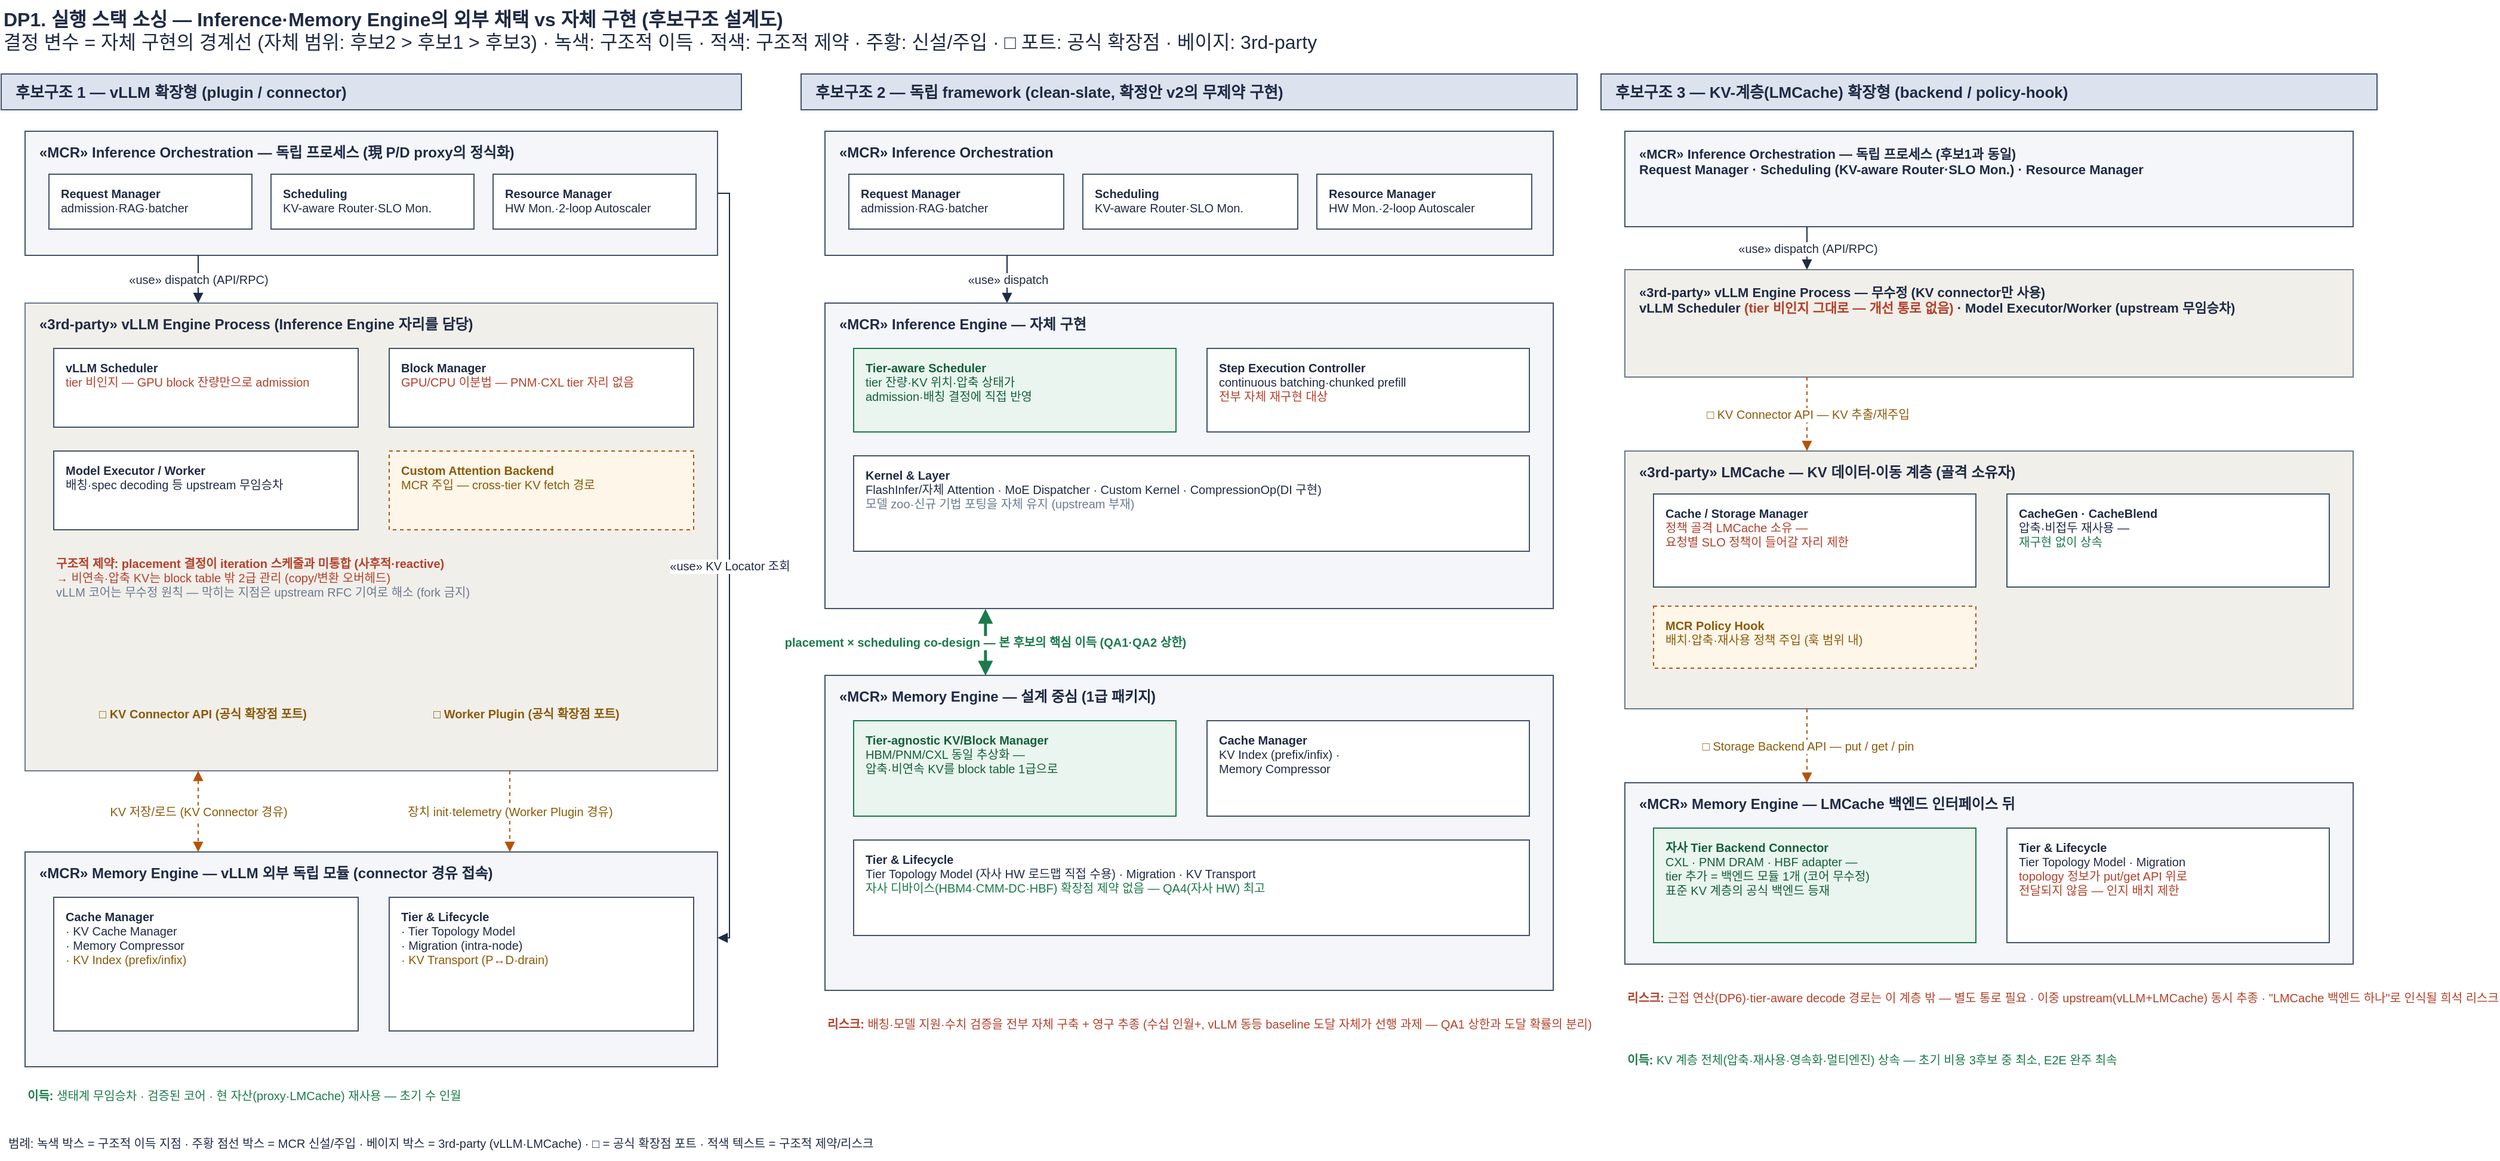
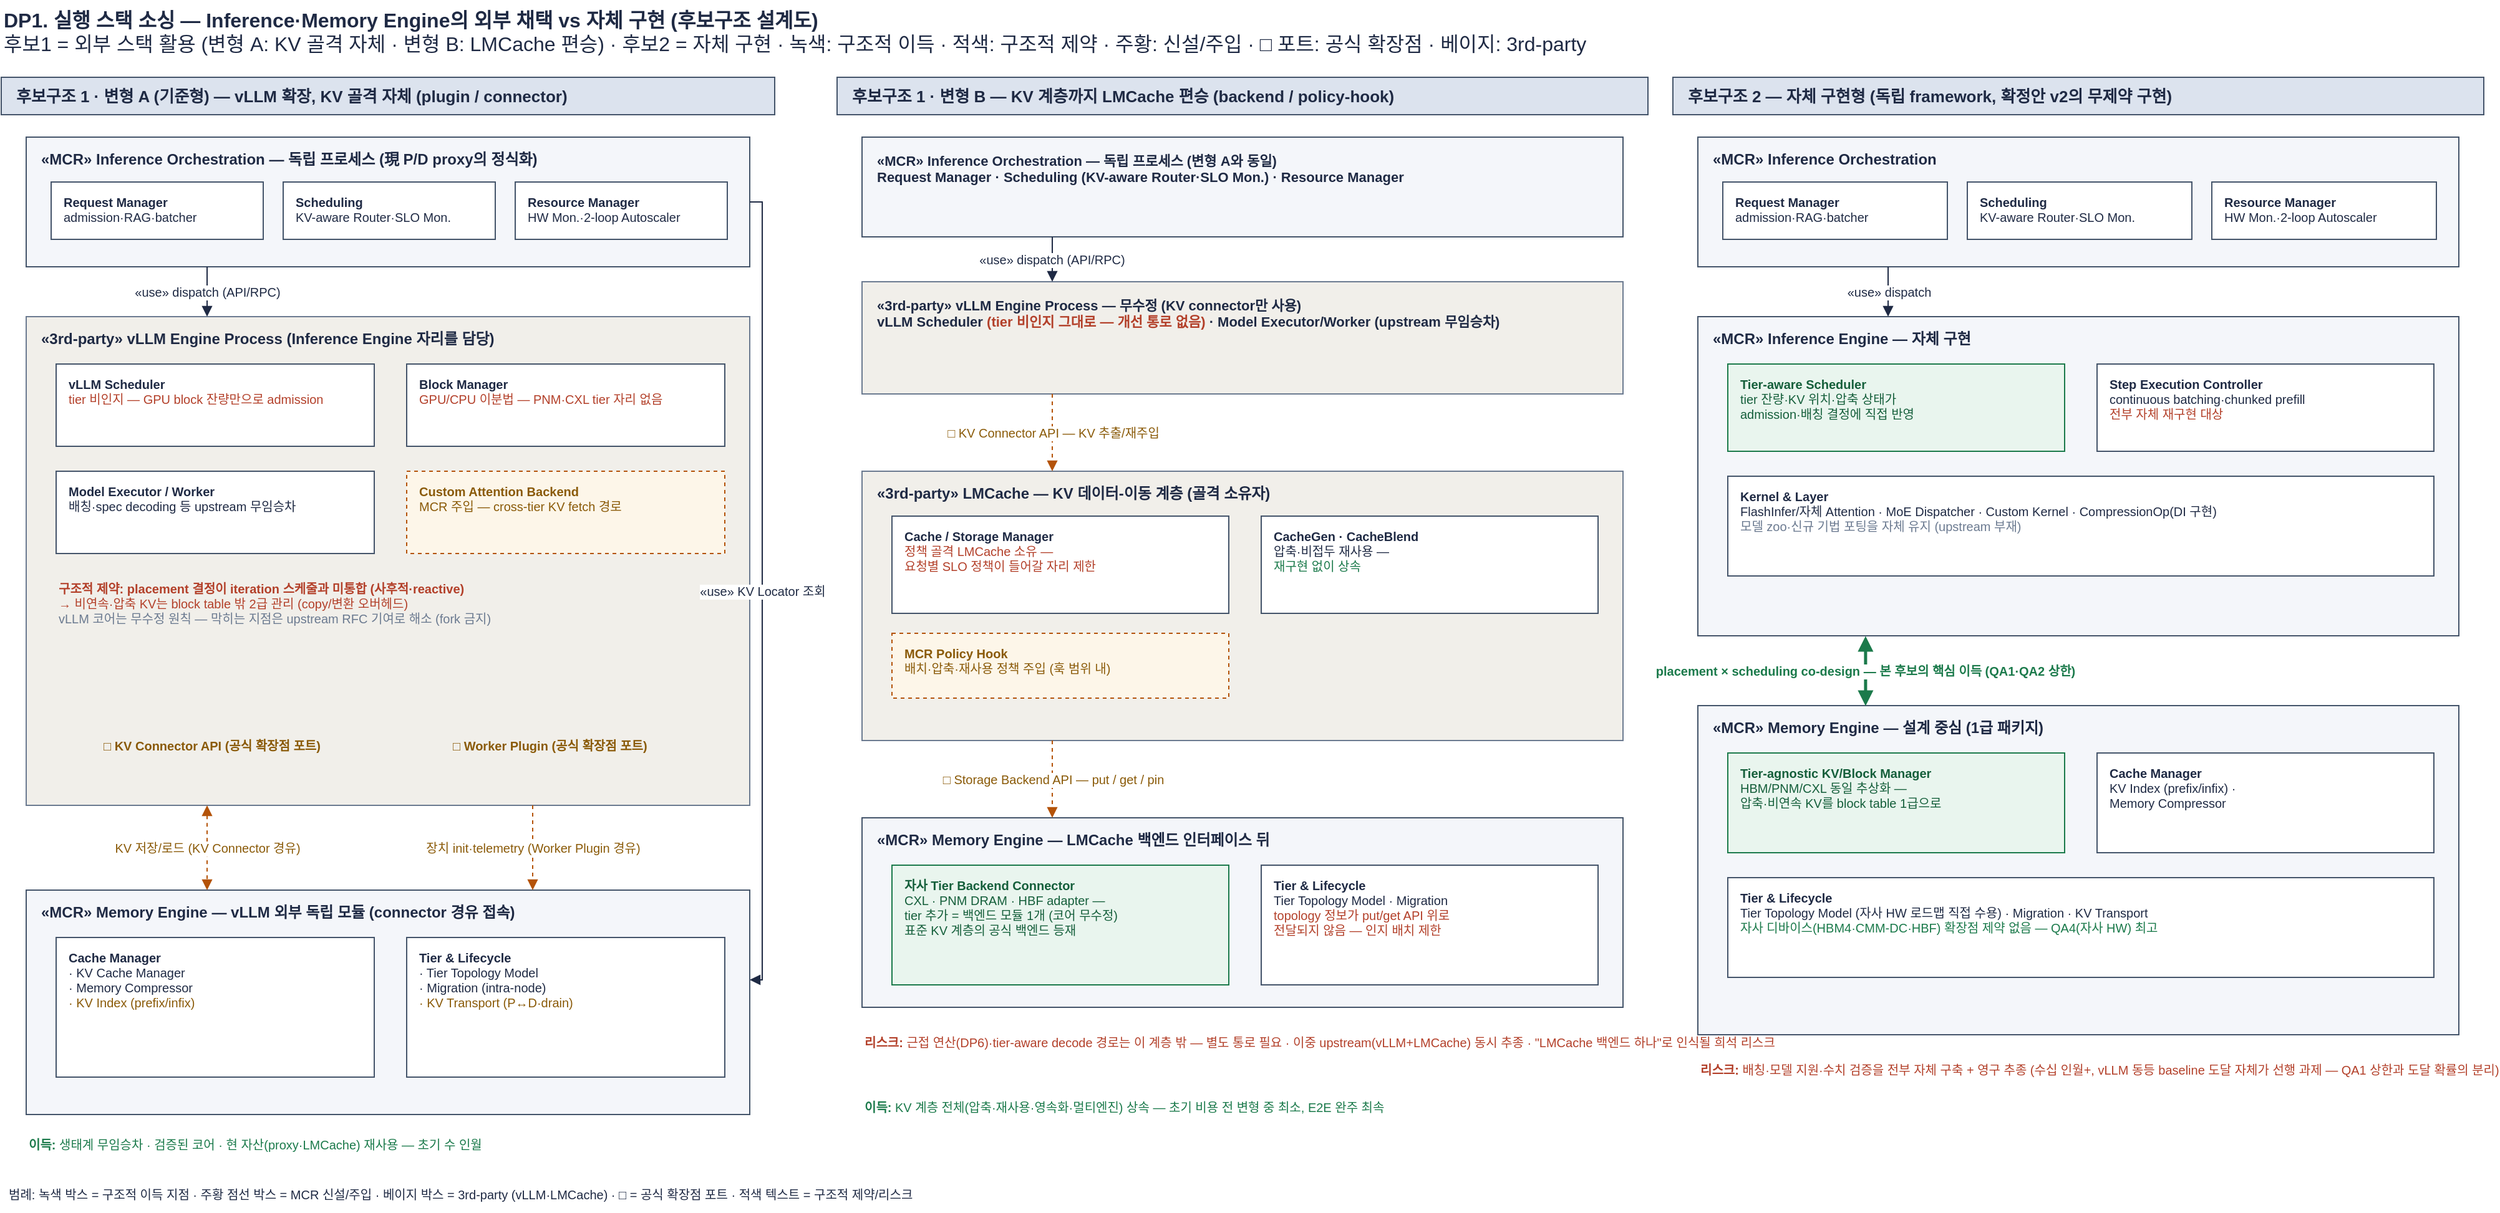
<mxfile host="app.diagrams.net">
  <diagram id="dp1-candidates" name="DP1 후보구조 설계도">
    <mxGraphModel dx="1200" dy="700" grid="1" gridSize="10" guides="1" tooltips="1" connect="1" arrows="1" fold="1" page="1" pageScale="1" pageWidth="2080" pageHeight="1010" math="0" shadow="0">
      <root>
        <mxCell id="0"/>
        <mxCell id="1" parent="0"/>
-         <mxCell id="title" value="&lt;b&gt;DP1. 실행 스택 소싱 — Inference·Memory Engine의 외부 채택 vs 자체 구현 (후보구조 설계도)&lt;/b&gt;&lt;br&gt;결정 변수 = 자체 구현의 경계선 (자체 범위: 후보2 &amp;gt; 후보1 &amp;gt; 후보3) · 녹색: 구조적 이득 · 적색: 구조적 제약 · 주황: 신설/주입 · □ 포트: 공식 확장점 · 베이지: 3rd-party" style="text;html=1;strokeColor=none;fillColor=none;align=left;verticalAlign=top;fontColor=#1F2A44;fontSize=16;" vertex="1" parent="1">
+         <mxCell id="title" value="&lt;b&gt;DP1. 실행 스택 소싱 — Inference·Memory Engine의 외부 채택 vs 자체 구현 (후보구조 설계도)&lt;/b&gt;&lt;br&gt;후보1 = 외부 스택 활용 (변형 A: KV 골격 자체 · 변형 B: LMCache 편승) · 후보2 = 자체 구현 · 녹색: 구조적 이득 · 적색: 구조적 제약 · 주황: 신설/주입 · □ 포트: 공식 확장점 · 베이지: 3rd-party" style="text;html=1;strokeColor=none;fillColor=none;align=left;verticalAlign=top;fontColor=#1F2A44;fontSize=16;" vertex="1" parent="1">
          <mxGeometry x="40" y="14" width="1000" height="50" as="geometry"/>
        </mxCell>

-         <mxCell id="h1" value="후보구조 1 — vLLM 확장형 (plugin / connector)" style="rounded=0;whiteSpace=wrap;html=1;fillColor=#DCE3EE;strokeColor=#44546A;fontColor=#1F2A44;fontSize=13;fontStyle=1;align=left;spacingLeft=10;" vertex="1" parent="1">
+         <mxCell id="h1" value="후보구조 1 · 변형 A (기준형) — vLLM 확장, KV 골격 자체 (plugin / connector)" style="rounded=0;whiteSpace=wrap;html=1;fillColor=#DCE3EE;strokeColor=#44546A;fontColor=#1F2A44;fontSize=13;fontStyle=1;align=left;spacingLeft=10;" vertex="1" parent="1">
          <mxGeometry x="40" y="76" width="620" height="30" as="geometry"/>
        </mxCell>
        <mxCell id="c1orch" value="«MCR» Inference Orchestration — 독립 프로세스 (現 P/D proxy의 정식화)" style="rounded=0;whiteSpace=wrap;html=1;fillColor=#F4F6FA;strokeColor=#44546A;fontColor=#1F2A44;fontSize=12;fontStyle=1;verticalAlign=top;align=left;spacingLeft=10;spacingTop=4;" vertex="1" parent="1">
          <mxGeometry x="60" y="124" width="580" height="104" as="geometry"/>
        </mxCell>
        <mxCell id="c1rm" value="&lt;b&gt;Request Manager&lt;/b&gt;&lt;br&gt;admission·RAG·batcher" style="rounded=0;whiteSpace=wrap;html=1;fillColor=#FFFFFF;strokeColor=#44546A;fontColor=#1F2A44;fontSize=10;align=left;verticalAlign=top;spacingLeft=8;spacingTop=4;" vertex="1" parent="1">
          <mxGeometry x="80" y="160" width="170" height="46" as="geometry"/>
        </mxCell>
        <mxCell id="c1sch" value="&lt;b&gt;Scheduling&lt;/b&gt;&lt;br&gt;KV-aware Router·SLO Mon." style="rounded=0;whiteSpace=wrap;html=1;fillColor=#FFFFFF;strokeColor=#44546A;fontColor=#1F2A44;fontSize=10;align=left;verticalAlign=top;spacingLeft=8;spacingTop=4;" vertex="1" parent="1">
          <mxGeometry x="266" y="160" width="170" height="46" as="geometry"/>
        </mxCell>
        <mxCell id="c1res" value="&lt;b&gt;Resource Manager&lt;/b&gt;&lt;br&gt;HW Mon.·2-loop Autoscaler" style="rounded=0;whiteSpace=wrap;html=1;fillColor=#FFFFFF;strokeColor=#44546A;fontColor=#1F2A44;fontSize=10;align=left;verticalAlign=top;spacingLeft=8;spacingTop=4;" vertex="1" parent="1">
          <mxGeometry x="452" y="160" width="170" height="46" as="geometry"/>
        </mxCell>
        <mxCell id="c1vllm" value="«3rd-party» vLLM Engine Process  (Inference Engine 자리를 담당)" style="rounded=0;whiteSpace=wrap;html=1;fillColor=#F1EFEA;strokeColor=#6B7A90;fontColor=#1F2A44;fontSize=12;fontStyle=1;verticalAlign=top;align=left;spacingLeft=10;spacingTop=4;" vertex="1" parent="1">
          <mxGeometry x="60" y="268" width="580" height="392" as="geometry"/>
        </mxCell>
        <mxCell id="c1edgeDisp" value="«use» dispatch (API/RPC)" style="edgeStyle=orthogonalEdgeStyle;rounded=0;html=1;endArrow=block;strokeColor=#1F2A44;fontSize=10;fontColor=#1F2A44;exitX=0.25;exitY=1;exitDx=0;exitDy=0;entryX=0.25;entryY=0;entryDx=0;entryDy=0;" edge="1" parent="1" source="c1orch" target="c1vllm">
          <mxGeometry relative="1" as="geometry"/>
        </mxCell>
        <mxCell id="c1sched" value="&lt;b&gt;vLLM Scheduler&lt;/b&gt;&lt;br&gt;&lt;font color=&quot;#B3402A&quot;&gt;tier 비인지 — GPU block 잔량만으로 admission&lt;/font&gt;" style="rounded=0;whiteSpace=wrap;html=1;fillColor=#FFFFFF;strokeColor=#44546A;fontColor=#1F2A44;fontSize=10;align=left;verticalAlign=top;spacingLeft=8;spacingTop=4;" vertex="1" parent="1">
          <mxGeometry x="84" y="306" width="255" height="66" as="geometry"/>
        </mxCell>
        <mxCell id="c1bm" value="&lt;b&gt;Block Manager&lt;/b&gt;&lt;br&gt;&lt;font color=&quot;#B3402A&quot;&gt;GPU/CPU 이분법 — PNM·CXL tier 자리 없음&lt;/font&gt;" style="rounded=0;whiteSpace=wrap;html=1;fillColor=#FFFFFF;strokeColor=#44546A;fontColor=#1F2A44;fontSize=10;align=left;verticalAlign=top;spacingLeft=8;spacingTop=4;" vertex="1" parent="1">
          <mxGeometry x="365" y="306" width="255" height="66" as="geometry"/>
        </mxCell>
        <mxCell id="c1exec" value="&lt;b&gt;Model Executor / Worker&lt;/b&gt;&lt;br&gt;배칭·spec decoding 등 upstream 무임승차" style="rounded=0;whiteSpace=wrap;html=1;fillColor=#FFFFFF;strokeColor=#44546A;fontColor=#1F2A44;fontSize=10;align=left;verticalAlign=top;spacingLeft=8;spacingTop=4;" vertex="1" parent="1">
          <mxGeometry x="84" y="392" width="255" height="66" as="geometry"/>
        </mxCell>
        <mxCell id="c1cab" value="&lt;b&gt;Custom Attention Backend&lt;/b&gt;&lt;br&gt;MCR 주입 — cross-tier KV fetch 경로" style="rounded=0;whiteSpace=wrap;html=1;fillColor=#FDF6E9;strokeColor=#B45309;dashed=1;fontColor=#8A5A08;fontSize=10;align=left;verticalAlign=top;spacingLeft=8;spacingTop=4;" vertex="1" parent="1">
          <mxGeometry x="365" y="392" width="255" height="66" as="geometry"/>
        </mxCell>
        <mxCell id="c1constraint" value="&lt;font color=&quot;#B3402A&quot;&gt;&lt;b&gt;구조적 제약: placement 결정이 iteration 스케줄과 미통합 (사후적·reactive)&lt;/b&gt;&lt;br&gt;→ 비연속·압축 KV는 block table 밖 2급 관리 (copy/변환 오버헤드)&lt;/font&gt;&lt;br&gt;&lt;font color=&quot;#6B7A90&quot;&gt;vLLM 코어는 무수정 원칙 — 막히는 지점은 upstream RFC 기여로 해소 (fork 금지)&lt;/font&gt;" style="text;html=1;strokeColor=none;fillColor=none;align=left;verticalAlign=top;fontSize=10;" vertex="1" parent="1">
          <mxGeometry x="84" y="474" width="536" height="90" as="geometry"/>
        </mxCell>
        <mxCell id="c1port1" value="□ KV Connector API (공식 확장점 포트)" style="text;html=1;strokeColor=none;fillColor=none;align=left;verticalAlign=top;fontColor=#8A5A08;fontSize=10;fontStyle=1;" vertex="1" parent="1">
          <mxGeometry x="120" y="600" width="220" height="20" as="geometry"/>
        </mxCell>
        <mxCell id="c1port2" value="□ Worker Plugin (공식 확장점 포트)" style="text;html=1;strokeColor=none;fillColor=none;align=left;verticalAlign=top;fontColor=#8A5A08;fontSize=10;fontStyle=1;" vertex="1" parent="1">
          <mxGeometry x="400" y="600" width="220" height="20" as="geometry"/>
        </mxCell>
        <mxCell id="c1me" value="«MCR» Memory Engine — vLLM 외부 독립 모듈 (connector 경유 접속)" style="rounded=0;whiteSpace=wrap;html=1;fillColor=#F4F6FA;strokeColor=#44546A;fontColor=#1F2A44;fontSize=12;fontStyle=1;verticalAlign=top;align=left;spacingLeft=10;spacingTop=4;" vertex="1" parent="1">
          <mxGeometry x="60" y="728" width="580" height="180" as="geometry"/>
        </mxCell>
        <mxCell id="c1edgeKv" value="KV 저장/로드 (KV Connector 경유)" style="edgeStyle=orthogonalEdgeStyle;rounded=0;html=1;endArrow=block;startArrow=block;strokeColor=#B45309;dashed=1;fontSize=10;fontColor=#8A5A08;exitX=0.25;exitY=1;exitDx=0;exitDy=0;entryX=0.25;entryY=0;entryDx=0;entryDy=0;" edge="1" parent="1" source="c1vllm" target="c1me">
          <mxGeometry relative="1" as="geometry"/>
        </mxCell>
        <mxCell id="c1edgePl" value="장치 init·telemetry (Worker Plugin 경유)" style="edgeStyle=orthogonalEdgeStyle;rounded=0;html=1;endArrow=block;strokeColor=#B45309;dashed=1;fontSize=10;fontColor=#8A5A08;exitX=0.7;exitY=1;exitDx=0;exitDy=0;entryX=0.7;entryY=0;entryDx=0;entryDy=0;" edge="1" parent="1" source="c1vllm" target="c1me">
          <mxGeometry relative="1" as="geometry"/>
        </mxCell>
        <mxCell id="c1edgeLoc" value="«use» KV Locator 조회" style="edgeStyle=orthogonalEdgeStyle;rounded=0;html=1;endArrow=block;strokeColor=#1F2A44;fontSize=10;fontColor=#1F2A44;exitX=1;exitY=0.5;exitDx=0;exitDy=0;entryX=1;entryY=0.4;entryDx=0;entryDy=0;" edge="1" parent="1" source="c1orch" target="c1me">
          <mxGeometry relative="1" as="geometry"/>
        </mxCell>
        <mxCell id="c1cm" value="&lt;b&gt;Cache Manager&lt;/b&gt;&lt;br&gt;· KV Cache Manager&lt;br&gt;· Memory Compressor&lt;br&gt;&lt;font color=&quot;#8A5A08&quot;&gt;· KV Index (prefix/infix)&lt;/font&gt;" style="rounded=0;whiteSpace=wrap;html=1;fillColor=#FFFFFF;strokeColor=#44546A;fontColor=#1F2A44;fontSize=10;align=left;verticalAlign=top;spacingLeft=8;spacingTop=4;" vertex="1" parent="1">
          <mxGeometry x="84" y="766" width="255" height="112" as="geometry"/>
        </mxCell>
        <mxCell id="c1tl" value="&lt;b&gt;Tier &amp;amp; Lifecycle&lt;/b&gt;&lt;br&gt;· Tier Topology Model&lt;br&gt;· Migration (intra-node)&lt;br&gt;&lt;font color=&quot;#8A5A08&quot;&gt;· KV Transport (P↔D·drain)&lt;/font&gt;" style="rounded=0;whiteSpace=wrap;html=1;fillColor=#FFFFFF;strokeColor=#44546A;fontColor=#1F2A44;fontSize=10;align=left;verticalAlign=top;spacingLeft=8;spacingTop=4;" vertex="1" parent="1">
          <mxGeometry x="365" y="766" width="255" height="112" as="geometry"/>
        </mxCell>
        <mxCell id="c1gain" value="&lt;b&gt;이득:&lt;/b&gt; 생태계 무임승차 · 검증된 코어 · 현 자산(proxy·LMCache) 재사용 — 초기 수 인월" style="text;html=1;strokeColor=none;fillColor=none;align=left;verticalAlign=top;fontColor=#1B7A4B;fontSize=10;" vertex="1" parent="1">
          <mxGeometry x="60" y="920" width="580" height="26" as="geometry"/>
        </mxCell>

-         <mxCell id="h2" value="후보구조 2 — 독립 framework (clean-slate, 확정안 v2의 무제약 구현)" style="rounded=0;whiteSpace=wrap;html=1;fillColor=#DCE3EE;strokeColor=#44546A;fontColor=#1F2A44;fontSize=13;fontStyle=1;align=left;spacingLeft=10;" vertex="1" parent="1">
-           <mxGeometry x="710" y="76" width="650" height="30" as="geometry"/>
+         <mxCell id="h2" value="후보구조 2 — 자체 구현형 (독립 framework, 확정안 v2의 무제약 구현)" style="rounded=0;whiteSpace=wrap;html=1;fillColor=#DCE3EE;strokeColor=#44546A;fontColor=#1F2A44;fontSize=13;fontStyle=1;align=left;spacingLeft=10;" vertex="1" parent="1">
+           <mxGeometry x="1380" y="76" width="650" height="30" as="geometry"/>
        </mxCell>
        <mxCell id="c2orch" value="«MCR» Inference Orchestration" style="rounded=0;whiteSpace=wrap;html=1;fillColor=#F4F6FA;strokeColor=#44546A;fontColor=#1F2A44;fontSize=12;fontStyle=1;verticalAlign=top;align=left;spacingLeft=10;spacingTop=4;" vertex="1" parent="1">
-           <mxGeometry x="730" y="124" width="610" height="104" as="geometry"/>
+           <mxGeometry x="1400" y="124" width="610" height="104" as="geometry"/>
        </mxCell>
        <mxCell id="c2rm" value="&lt;b&gt;Request Manager&lt;/b&gt;&lt;br&gt;admission·RAG·batcher" style="rounded=0;whiteSpace=wrap;html=1;fillColor=#FFFFFF;strokeColor=#44546A;fontColor=#1F2A44;fontSize=10;align=left;verticalAlign=top;spacingLeft=8;spacingTop=4;" vertex="1" parent="1">
-           <mxGeometry x="750" y="160" width="180" height="46" as="geometry"/>
+           <mxGeometry x="1420" y="160" width="180" height="46" as="geometry"/>
        </mxCell>
        <mxCell id="c2sch" value="&lt;b&gt;Scheduling&lt;/b&gt;&lt;br&gt;KV-aware Router·SLO Mon." style="rounded=0;whiteSpace=wrap;html=1;fillColor=#FFFFFF;strokeColor=#44546A;fontColor=#1F2A44;fontSize=10;align=left;verticalAlign=top;spacingLeft=8;spacingTop=4;" vertex="1" parent="1">
-           <mxGeometry x="946" y="160" width="180" height="46" as="geometry"/>
+           <mxGeometry x="1616" y="160" width="180" height="46" as="geometry"/>
        </mxCell>
        <mxCell id="c2res" value="&lt;b&gt;Resource Manager&lt;/b&gt;&lt;br&gt;HW Mon.·2-loop Autoscaler" style="rounded=0;whiteSpace=wrap;html=1;fillColor=#FFFFFF;strokeColor=#44546A;fontColor=#1F2A44;fontSize=10;align=left;verticalAlign=top;spacingLeft=8;spacingTop=4;" vertex="1" parent="1">
-           <mxGeometry x="1142" y="160" width="180" height="46" as="geometry"/>
+           <mxGeometry x="1812" y="160" width="180" height="46" as="geometry"/>
        </mxCell>
        <mxCell id="c2ie" value="«MCR» Inference Engine — 자체 구현" style="rounded=0;whiteSpace=wrap;html=1;fillColor=#F4F6FA;strokeColor=#44546A;fontColor=#1F2A44;fontSize=12;fontStyle=1;verticalAlign=top;align=left;spacingLeft=10;spacingTop=4;" vertex="1" parent="1">
-           <mxGeometry x="730" y="268" width="610" height="256" as="geometry"/>
+           <mxGeometry x="1400" y="268" width="610" height="256" as="geometry"/>
        </mxCell>
        <mxCell id="c2edgeDisp" value="«use» dispatch" style="edgeStyle=orthogonalEdgeStyle;rounded=0;html=1;endArrow=block;strokeColor=#1F2A44;fontSize=10;fontColor=#1F2A44;exitX=0.25;exitY=1;exitDx=0;exitDy=0;entryX=0.25;entryY=0;entryDx=0;entryDy=0;" edge="1" parent="1" source="c2orch" target="c2ie">
          <mxGeometry relative="1" as="geometry"/>
        </mxCell>
        <mxCell id="c2tas" value="&lt;b&gt;Tier-aware Scheduler&lt;/b&gt;&lt;br&gt;tier 잔량·KV 위치·압축 상태가&lt;br&gt;admission·배칭 결정에 직접 반영" style="rounded=0;whiteSpace=wrap;html=1;fillColor=#E9F5EE;strokeColor=#1B7A4B;fontColor=#155F3B;fontSize=10;align=left;verticalAlign=top;spacingLeft=8;spacingTop=4;" vertex="1" parent="1">
-           <mxGeometry x="754" y="306" width="270" height="70" as="geometry"/>
+           <mxGeometry x="1424" y="306" width="270" height="70" as="geometry"/>
        </mxCell>
        <mxCell id="c2sec" value="&lt;b&gt;Step Execution Controller&lt;/b&gt;&lt;br&gt;continuous batching·chunked prefill&lt;br&gt;&lt;font color=&quot;#B3402A&quot;&gt;전부 자체 재구현 대상&lt;/font&gt;" style="rounded=0;whiteSpace=wrap;html=1;fillColor=#FFFFFF;strokeColor=#44546A;fontColor=#1F2A44;fontSize=10;align=left;verticalAlign=top;spacingLeft=8;spacingTop=4;" vertex="1" parent="1">
-           <mxGeometry x="1050" y="306" width="270" height="70" as="geometry"/>
+           <mxGeometry x="1720" y="306" width="270" height="70" as="geometry"/>
        </mxCell>
        <mxCell id="c2kl" value="&lt;b&gt;Kernel &amp;amp; Layer&lt;/b&gt;&lt;br&gt;FlashInfer/자체 Attention · MoE Dispatcher · Custom Kernel · CompressionOp(DI 구현)&lt;br&gt;&lt;font color=&quot;#6B7A90&quot;&gt;모델 zoo·신규 기법 포팅을 자체 유지 (upstream 부재)&lt;/font&gt;" style="rounded=0;whiteSpace=wrap;html=1;fillColor=#FFFFFF;strokeColor=#44546A;fontColor=#1F2A44;fontSize=10;align=left;verticalAlign=top;spacingLeft=8;spacingTop=4;" vertex="1" parent="1">
-           <mxGeometry x="754" y="396" width="566" height="80" as="geometry"/>
+           <mxGeometry x="1424" y="396" width="566" height="80" as="geometry"/>
        </mxCell>
        <mxCell id="c2me" value="«MCR» Memory Engine — 설계 중심 (1급 패키지)" style="rounded=0;whiteSpace=wrap;html=1;fillColor=#F4F6FA;strokeColor=#44546A;fontColor=#1F2A44;fontSize=12;fontStyle=1;verticalAlign=top;align=left;spacingLeft=10;spacingTop=4;" vertex="1" parent="1">
-           <mxGeometry x="730" y="580" width="610" height="264" as="geometry"/>
+           <mxGeometry x="1400" y="580" width="610" height="264" as="geometry"/>
        </mxCell>
        <mxCell id="c2edgeCo" value="placement × scheduling co-design — 본 후보의 핵심 이득 (QA1·QA2 상한)" style="edgeStyle=orthogonalEdgeStyle;rounded=0;html=1;endArrow=block;startArrow=block;strokeColor=#1B7A4B;strokeWidth=2.5;fontSize=10;fontColor=#1B7A4B;fontStyle=1;exitX=0.22;exitY=1;exitDx=0;exitDy=0;entryX=0.22;entryY=0;entryDx=0;entryDy=0;" edge="1" parent="1" source="c2ie" target="c2me">
          <mxGeometry relative="1" as="geometry"/>
        </mxCell>
        <mxCell id="c2kbm" value="&lt;b&gt;Tier-agnostic KV/Block Manager&lt;/b&gt;&lt;br&gt;HBM/PNM/CXL 동일 추상화 —&lt;br&gt;압축·비연속 KV를 block table 1급으로" style="rounded=0;whiteSpace=wrap;html=1;fillColor=#E9F5EE;strokeColor=#1B7A4B;fontColor=#155F3B;fontSize=10;align=left;verticalAlign=top;spacingLeft=8;spacingTop=4;" vertex="1" parent="1">
-           <mxGeometry x="754" y="618" width="270" height="80" as="geometry"/>
+           <mxGeometry x="1424" y="618" width="270" height="80" as="geometry"/>
        </mxCell>
        <mxCell id="c2cm" value="&lt;b&gt;Cache Manager&lt;/b&gt;&lt;br&gt;KV Index (prefix/infix) ·&lt;br&gt;Memory Compressor" style="rounded=0;whiteSpace=wrap;html=1;fillColor=#FFFFFF;strokeColor=#44546A;fontColor=#1F2A44;fontSize=10;align=left;verticalAlign=top;spacingLeft=8;spacingTop=4;" vertex="1" parent="1">
-           <mxGeometry x="1050" y="618" width="270" height="80" as="geometry"/>
+           <mxGeometry x="1720" y="618" width="270" height="80" as="geometry"/>
        </mxCell>
        <mxCell id="c2tl" value="&lt;b&gt;Tier &amp;amp; Lifecycle&lt;/b&gt;&lt;br&gt;Tier Topology Model (자사 HW 로드맵 직접 수용) · Migration · KV Transport&lt;br&gt;&lt;font color=&quot;#1B7A4B&quot;&gt;자사 디바이스(HBM4·CMM-DC·HBF) 확장점 제약 없음 — QA4(자사 HW) 최고&lt;/font&gt;" style="rounded=0;whiteSpace=wrap;html=1;fillColor=#FFFFFF;strokeColor=#44546A;fontColor=#1F2A44;fontSize=10;align=left;verticalAlign=top;spacingLeft=8;spacingTop=4;" vertex="1" parent="1">
-           <mxGeometry x="754" y="718" width="566" height="80" as="geometry"/>
+           <mxGeometry x="1424" y="718" width="566" height="80" as="geometry"/>
        </mxCell>
        <mxCell id="c2risk" value="&lt;b&gt;리스크:&lt;/b&gt; 배칭·모델 지원·수치 검증을 전부 자체 구축 + 영구 추종 (수십 인월+, vLLM 동등 baseline 도달 자체가 선행 과제 — QA1 상한과 도달 확률의 분리)" style="text;html=1;strokeColor=none;fillColor=none;align=left;verticalAlign=top;fontColor=#B3402A;fontSize=10;" vertex="1" parent="1">
-           <mxGeometry x="730" y="860" width="610" height="46" as="geometry"/>
+           <mxGeometry x="1400" y="860" width="610" height="46" as="geometry"/>
        </mxCell>

-         <mxCell id="h3" value="후보구조 3 — KV-계층(LMCache) 확장형 (backend / policy-hook)" style="rounded=0;whiteSpace=wrap;html=1;fillColor=#DCE3EE;strokeColor=#44546A;fontColor=#1F2A44;fontSize=13;fontStyle=1;align=left;spacingLeft=10;" vertex="1" parent="1">
-           <mxGeometry x="1380" y="76" width="650" height="30" as="geometry"/>
+         <mxCell id="h3" value="후보구조 1 · 변형 B — KV 계층까지 LMCache 편승 (backend / policy-hook)" style="rounded=0;whiteSpace=wrap;html=1;fillColor=#DCE3EE;strokeColor=#44546A;fontColor=#1F2A44;fontSize=13;fontStyle=1;align=left;spacingLeft=10;" vertex="1" parent="1">
+           <mxGeometry x="710" y="76" width="650" height="30" as="geometry"/>
        </mxCell>
-         <mxCell id="c3orch" value="«MCR» Inference Orchestration — 독립 프로세스 (후보1과 동일)&lt;br&gt;Request Manager · Scheduling (KV-aware Router·SLO Mon.) · Resource Manager" style="rounded=0;whiteSpace=wrap;html=1;fillColor=#F4F6FA;strokeColor=#44546A;fontColor=#1F2A44;fontSize=11;fontStyle=1;verticalAlign=top;align=left;spacingLeft=10;spacingTop=6;" vertex="1" parent="1">
-           <mxGeometry x="1400" y="124" width="610" height="80" as="geometry"/>
+         <mxCell id="c3orch" value="«MCR» Inference Orchestration — 독립 프로세스 (변형 A와 동일)&lt;br&gt;Request Manager · Scheduling (KV-aware Router·SLO Mon.) · Resource Manager" style="rounded=0;whiteSpace=wrap;html=1;fillColor=#F4F6FA;strokeColor=#44546A;fontColor=#1F2A44;fontSize=11;fontStyle=1;verticalAlign=top;align=left;spacingLeft=10;spacingTop=6;" vertex="1" parent="1">
+           <mxGeometry x="730" y="124" width="610" height="80" as="geometry"/>
        </mxCell>
        <mxCell id="c3vllm" value="«3rd-party» vLLM Engine Process — 무수정 (KV connector만 사용)&lt;br&gt;vLLM Scheduler &lt;font color=&quot;#B3402A&quot;&gt;(tier 비인지 그대로 — 개선 통로 없음)&lt;/font&gt; · Model Executor/Worker (upstream 무임승차)" style="rounded=0;whiteSpace=wrap;html=1;fillColor=#F1EFEA;strokeColor=#6B7A90;fontColor=#1F2A44;fontSize=11;fontStyle=1;verticalAlign=top;align=left;spacingLeft=10;spacingTop=6;" vertex="1" parent="1">
-           <mxGeometry x="1400" y="240" width="610" height="90" as="geometry"/>
+           <mxGeometry x="730" y="240" width="610" height="90" as="geometry"/>
        </mxCell>
        <mxCell id="c3edgeDisp" value="«use» dispatch (API/RPC)" style="edgeStyle=orthogonalEdgeStyle;rounded=0;html=1;endArrow=block;strokeColor=#1F2A44;fontSize=10;fontColor=#1F2A44;exitX=0.25;exitY=1;exitDx=0;exitDy=0;entryX=0.25;entryY=0;entryDx=0;entryDy=0;" edge="1" parent="1" source="c3orch" target="c3vllm">
          <mxGeometry relative="1" as="geometry"/>
        </mxCell>
        <mxCell id="c3lmc" value="«3rd-party» LMCache — KV 데이터-이동 계층 (골격 소유자)" style="rounded=0;whiteSpace=wrap;html=1;fillColor=#F1EFEA;strokeColor=#6B7A90;fontColor=#1F2A44;fontSize=12;fontStyle=1;verticalAlign=top;align=left;spacingLeft=10;spacingTop=4;" vertex="1" parent="1">
-           <mxGeometry x="1400" y="392" width="610" height="216" as="geometry"/>
+           <mxGeometry x="730" y="392" width="610" height="216" as="geometry"/>
        </mxCell>
        <mxCell id="c3edgeConn" value="□ KV Connector API — KV 추출/재주입" style="edgeStyle=orthogonalEdgeStyle;rounded=0;html=1;endArrow=block;strokeColor=#B45309;dashed=1;fontSize=10;fontColor=#8A5A08;exitX=0.25;exitY=1;exitDx=0;exitDy=0;entryX=0.25;entryY=0;entryDx=0;entryDy=0;" edge="1" parent="1" source="c3vllm" target="c3lmc">
          <mxGeometry relative="1" as="geometry"/>
        </mxCell>
        <mxCell id="c3csm" value="&lt;b&gt;Cache / Storage Manager&lt;/b&gt;&lt;br&gt;&lt;font color=&quot;#B3402A&quot;&gt;정책 골격 LMCache 소유 —&lt;br&gt;요청별 SLO 정책이 들어갈 자리 제한&lt;/font&gt;" style="rounded=0;whiteSpace=wrap;html=1;fillColor=#FFFFFF;strokeColor=#44546A;fontColor=#1F2A44;fontSize=10;align=left;verticalAlign=top;spacingLeft=8;spacingTop=4;" vertex="1" parent="1">
-           <mxGeometry x="1424" y="428" width="270" height="78" as="geometry"/>
+           <mxGeometry x="754" y="428" width="270" height="78" as="geometry"/>
        </mxCell>
        <mxCell id="c3cgcb" value="&lt;b&gt;CacheGen · CacheBlend&lt;/b&gt;&lt;br&gt;압축·비접두 재사용 —&lt;br&gt;&lt;font color=&quot;#1B7A4B&quot;&gt;재구현 없이 상속&lt;/font&gt;" style="rounded=0;whiteSpace=wrap;html=1;fillColor=#FFFFFF;strokeColor=#44546A;fontColor=#1F2A44;fontSize=10;align=left;verticalAlign=top;spacingLeft=8;spacingTop=4;" vertex="1" parent="1">
-           <mxGeometry x="1720" y="428" width="270" height="78" as="geometry"/>
+           <mxGeometry x="1050" y="428" width="270" height="78" as="geometry"/>
        </mxCell>
        <mxCell id="c3hook" value="&lt;b&gt;MCR Policy Hook&lt;/b&gt;&lt;br&gt;배치·압축·재사용 정책 주입 (훅 범위 내)" style="rounded=0;whiteSpace=wrap;html=1;fillColor=#FDF6E9;strokeColor=#B45309;dashed=1;fontColor=#8A5A08;fontSize=10;align=left;verticalAlign=top;spacingLeft=8;spacingTop=4;" vertex="1" parent="1">
-           <mxGeometry x="1424" y="522" width="270" height="52" as="geometry"/>
+           <mxGeometry x="754" y="522" width="270" height="52" as="geometry"/>
        </mxCell>
        <mxCell id="c3me" value="«MCR» Memory Engine — LMCache 백엔드 인터페이스 뒤" style="rounded=0;whiteSpace=wrap;html=1;fillColor=#F4F6FA;strokeColor=#44546A;fontColor=#1F2A44;fontSize=12;fontStyle=1;verticalAlign=top;align=left;spacingLeft=10;spacingTop=4;" vertex="1" parent="1">
-           <mxGeometry x="1400" y="670" width="610" height="152" as="geometry"/>
+           <mxGeometry x="730" y="670" width="610" height="152" as="geometry"/>
        </mxCell>
        <mxCell id="c3edgeBk" value="□ Storage Backend API — put / get / pin" style="edgeStyle=orthogonalEdgeStyle;rounded=0;html=1;endArrow=block;strokeColor=#B45309;dashed=1;fontSize=10;fontColor=#8A5A08;exitX=0.25;exitY=1;exitDx=0;exitDy=0;entryX=0.25;entryY=0;entryDx=0;entryDy=0;" edge="1" parent="1" source="c3lmc" target="c3me">
          <mxGeometry relative="1" as="geometry"/>
        </mxCell>
        <mxCell id="c3conn" value="&lt;b&gt;자사 Tier Backend Connector&lt;/b&gt;&lt;br&gt;CXL · PNM DRAM · HBF adapter —&lt;br&gt;tier 추가 = 백엔드 모듈 1개 (코어 무수정)&lt;br&gt;표준 KV 계층의 공식 백엔드 등재" style="rounded=0;whiteSpace=wrap;html=1;fillColor=#E9F5EE;strokeColor=#1B7A4B;fontColor=#155F3B;fontSize=10;align=left;verticalAlign=top;spacingLeft=8;spacingTop=4;" vertex="1" parent="1">
-           <mxGeometry x="1424" y="708" width="270" height="96" as="geometry"/>
+           <mxGeometry x="754" y="708" width="270" height="96" as="geometry"/>
        </mxCell>
        <mxCell id="c3tl" value="&lt;b&gt;Tier &amp;amp; Lifecycle&lt;/b&gt;&lt;br&gt;Tier Topology Model · Migration&lt;br&gt;&lt;font color=&quot;#B3402A&quot;&gt;topology 정보가 put/get API 위로&lt;br&gt;전달되지 않음 — 인지 배치 제한&lt;/font&gt;" style="rounded=0;whiteSpace=wrap;html=1;fillColor=#FFFFFF;strokeColor=#44546A;fontColor=#1F2A44;fontSize=10;align=left;verticalAlign=top;spacingLeft=8;spacingTop=4;" vertex="1" parent="1">
-           <mxGeometry x="1720" y="708" width="270" height="96" as="geometry"/>
+           <mxGeometry x="1050" y="708" width="270" height="96" as="geometry"/>
        </mxCell>
        <mxCell id="c3risk" value="&lt;b&gt;리스크:&lt;/b&gt; 근접 연산(DP6)·tier-aware decode 경로는 이 계층 밖 — 별도 통로 필요 · 이중 upstream(vLLM+LMCache) 동시 추종 · &quot;LMCache 백엔드 하나&quot;로 인식될 희석 리스크" style="text;html=1;strokeColor=none;fillColor=none;align=left;verticalAlign=top;fontColor=#B3402A;fontSize=10;" vertex="1" parent="1">
-           <mxGeometry x="1400" y="838" width="610" height="46" as="geometry"/>
+           <mxGeometry x="730" y="838" width="610" height="46" as="geometry"/>
        </mxCell>
-         <mxCell id="c3gain" value="&lt;b&gt;이득:&lt;/b&gt; KV 계층 전체(압축·재사용·영속화·멀티엔진) 상속 — 초기 비용 3후보 중 최소, E2E 완주 최속" style="text;html=1;strokeColor=none;fillColor=none;align=left;verticalAlign=top;fontColor=#1B7A4B;fontSize=10;" vertex="1" parent="1">
-           <mxGeometry x="1400" y="890" width="610" height="30" as="geometry"/>
+         <mxCell id="c3gain" value="&lt;b&gt;이득:&lt;/b&gt; KV 계층 전체(압축·재사용·영속화·멀티엔진) 상속 — 초기 비용 전 변형 중 최소, E2E 완주 최속" style="text;html=1;strokeColor=none;fillColor=none;align=left;verticalAlign=top;fontColor=#1B7A4B;fontSize=10;" vertex="1" parent="1">
+           <mxGeometry x="730" y="890" width="610" height="30" as="geometry"/>
        </mxCell>

        <mxCell id="legend" value="범례:  녹색 박스 = 구조적 이득 지점 · 주황 점선 박스 = MCR 신설/주입 · 베이지 박스 = 3rd-party (vLLM·LMCache) · □ = 공식 확장점 포트 · 적색 텍스트 = 구조적 제약/리스크" style="text;html=1;strokeColor=none;fillColor=none;align=left;verticalAlign=top;fontColor=#1F2A44;fontSize=10;" vertex="1" parent="1">
          <mxGeometry x="44" y="960" width="1200" height="26" as="geometry"/>
        </mxCell>
      </root>
    </mxGraphModel>
  </diagram>
</mxfile>
